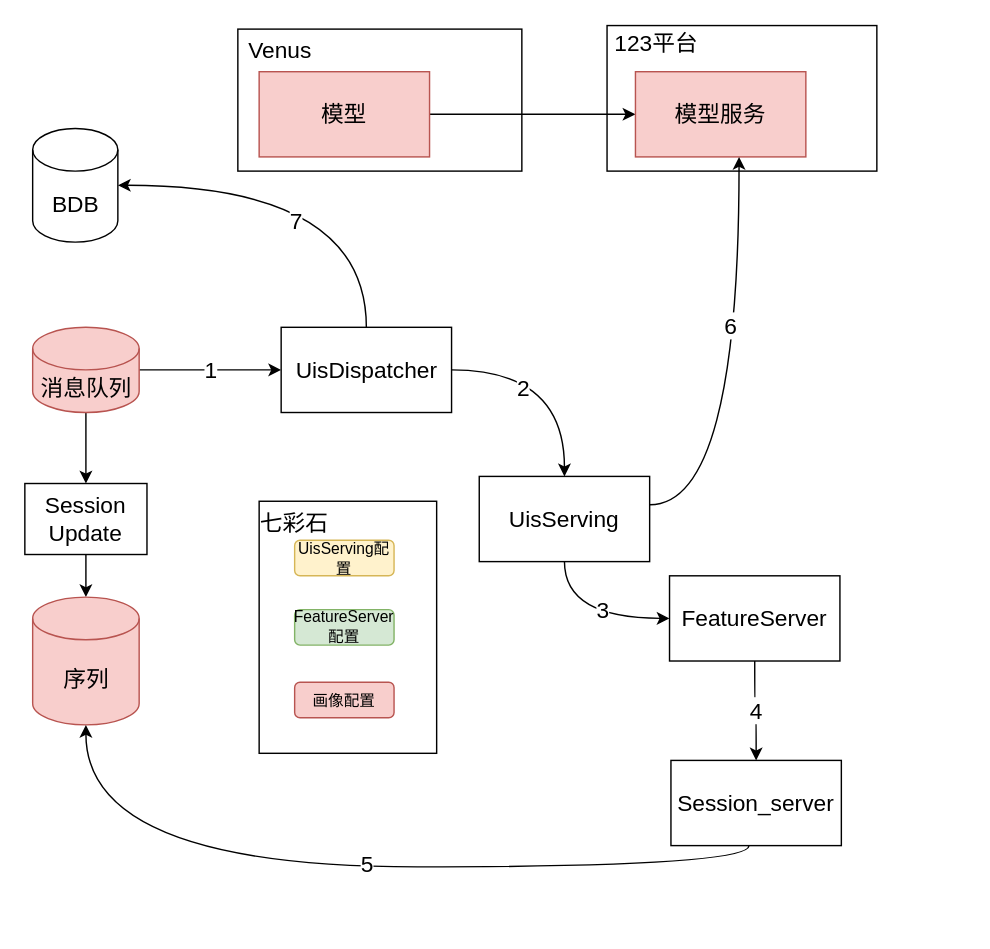
Earlier version of the draw.io diagram page "第 6 页" (6 of 9) of 未命名绘图.drawio (nullbull/uml). Source tidied: cells renumbered, new cells numbered last; positions are measured from the earlier drawing's top-left corner, leaving out a move shared by most shapes. Both pictures are drawn from the tidied source at 142%, with x=0, y=0 at pixel (24, 26).
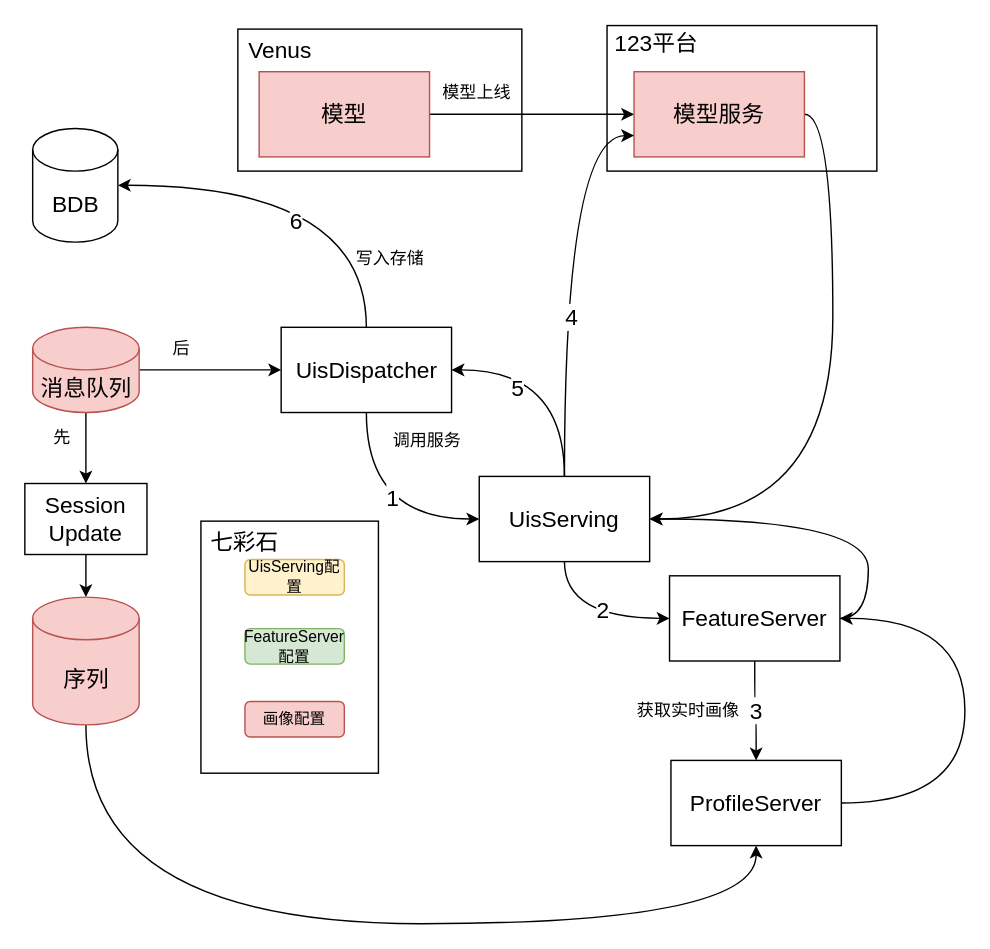
The same page after the edit.

Unchanged cells that the change refers to:
```xml
<mxCell id="9" style="edgeStyle=orthogonalEdgeStyle;curved=1;rounded=0;jettySize=auto;html=1;exitX=0.5;exitY=1;exitDx=0;exitDy=0;entryX=0;entryY=0.5;entryDx=0;entryDy=0;fontSize=16;" parent="1" edge="1" source="13" target="18">
  <mxGeometry relative="1" as="geometry" />
</mxCell>
<mxCell id="13" value="UisServing" style="rounded=0;whiteSpace=wrap;html=1;fontSize=16;" parent="1" vertex="1">
  <mxGeometry x="320" y="317" width="120" height="60" as="geometry" />
</mxCell>
<mxCell id="16" value="消息队列" style="shape=cylinder3;whiteSpace=wrap;html=1;boundedLbl=1;backgroundOutline=1;size=15;fillColor=#f8cecc;strokeColor=#b85450;fontSize=16;" parent="1" vertex="1">
  <mxGeometry x="5.5" y="212" width="75" height="60" as="geometry" />
</mxCell>
<mxCell id="18" value="FeatureServer" style="rounded=0;whiteSpace=wrap;html=1;fontSize=16;" parent="1" vertex="1">
  <mxGeometry x="454" y="387" width="120" height="60" as="geometry" />
</mxCell>
<mxCell id="21" style="edgeStyle=orthogonalEdgeStyle;curved=1;rounded=0;jettySize=auto;html=1;entryX=1;entryY=0.5;entryDx=0;entryDy=0;entryPerimeter=0;fontSize=16;" parent="1" edge="1" source="23" target="35">
  <mxGeometry relative="1" as="geometry">
    <Array as="points">
      <mxPoint x="241" y="112" />
    </Array>
  </mxGeometry>
</mxCell>
<mxCell id="23" value="UisDispatcher" style="rounded=0;whiteSpace=wrap;html=1;fontSize=16;" parent="1" vertex="1">
  <mxGeometry x="180.5" y="212" width="120" height="60" as="geometry" />
</mxCell>
<mxCell id="26" value="序列" style="shape=cylinder3;whiteSpace=wrap;html=1;boundedLbl=1;backgroundOutline=1;size=15;fillColor=#f8cecc;strokeColor=#b85450;fontSize=16;" parent="1" vertex="1">
  <mxGeometry x="5.5" y="402" width="75" height="90" as="geometry" />
</mxCell>
```

The edit, as a diff of the source:
```diff
@@
+    <mxCell id="36" style="edgeStyle=orthogonalEdgeStyle;curved=1;rounded=0;jettySize=auto;html=1;exitX=1;exitY=0.5;exitDx=0;exitDy=0;entryX=1;entryY=0.5;entryDx=0;entryDy=0;" parent="1" edge="1" source="6" target="13">
+      <mxGeometry relative="1" as="geometry" />
+    </mxCell>
     <mxCell id="6" value="模型服务" style="rounded=0;whiteSpace=wrap;html=1;fillColor=#f8cecc;strokeColor=#b85450;fontSize=16;" parent="1" vertex="1">
-      <mxGeometry x="430" y="32" width="120" height="60" as="geometry" />
+      <mxGeometry x="429" y="32" width="120" height="60" as="geometry" />
     </mxCell>
@@
-    <mxCell id="10" value="3" style="edgeLabel;html=1;align=center;verticalAlign=middle;fontSize=16;" parent="9" vertex="1">
+    <mxCell id="10" value="2" style="edgeLabel;html=1;align=center;verticalAlign=middle;fontSize=16;" parent="9" vertex="1">
       <mxGeometry x="0.16" y="7" relative="1" as="geometry" />
     </mxCell>
+    <mxCell id="37" style="edgeStyle=orthogonalEdgeStyle;curved=1;rounded=0;jettySize=auto;html=1;exitX=0.5;exitY=0;exitDx=0;exitDy=0;entryX=1;entryY=0.5;entryDx=0;entryDy=0;" parent="1" edge="1" source="13" target="23">
+      <mxGeometry relative="1" as="geometry" />
+    </mxCell>
+    <mxCell id="28" value="5" style="edgeLabel;html=1;align=center;verticalAlign=middle;fontSize=16;" parent="37" vertex="1">
+      <mxGeometry x="0.41" y="12" relative="1" as="geometry" />
+    </mxCell>
-    <mxCell id="11" style="edgeStyle=orthogonalEdgeStyle;curved=1;rounded=0;jettySize=auto;html=1;entryX=0.608;entryY=1;entryDx=0;entryDy=0;entryPerimeter=0;fontSize=16;" parent="1" edge="1" source="13" target="6">
-      <mxGeometry relative="1" as="geometry">
-        <Array as="points">
-          <mxPoint x="503" y="337" />
-        </Array>
-      </mxGeometry>
+    <mxCell id="11" style="edgeStyle=orthogonalEdgeStyle;curved=1;rounded=0;jettySize=auto;html=1;exitX=0.5;exitY=0;exitDx=0;exitDy=0;entryX=0;entryY=0.75;entryDx=0;entryDy=0;" parent="1" edge="1" source="13" target="6">
+      <mxGeometry relative="1" as="geometry" />
     </mxCell>
-    <mxCell id="12" value="6" style="edgeLabel;html=1;align=center;verticalAlign=middle;fontSize=16;" parent="11" vertex="1">
-      <mxGeometry x="-0.05" y="9" relative="1" as="geometry">
-        <mxPoint x="3" y="-44" as="offset" />
-      </mxGeometry>
-    </mxCell>
+    <mxCell id="38" value="4" style="edgeLabel;html=1;align=center;verticalAlign=middle;fontSize=16;" parent="11" vertex="1">
+      <mxGeometry x="-0.21" y="-4" relative="1" as="geometry">
+        <mxPoint y="1" as="offset" />
+      </mxGeometry>
+    </mxCell>
@@
-    <mxCell id="14" value="1" style="edgeStyle=orthogonalEdgeStyle;rounded=0;jettySize=auto;html=1;entryX=0;entryY=0.5;entryDx=0;entryDy=0;fontSize=16;" parent="1" edge="1" source="16" target="23">
-      <mxGeometry relative="1" as="geometry" />
-    </mxCell>
@@
+    <mxCell id="39" style="edgeStyle=orthogonalEdgeStyle;rounded=0;jettySize=auto;html=1;exitX=1;exitY=0.5;exitDx=0;exitDy=0;exitPerimeter=0;" parent="1" edge="1" source="16" target="23">
+      <mxGeometry relative="1" as="geometry" />
+    </mxCell>
@@
-    <mxCell id="17" value="4" style="edgeStyle=orthogonalEdgeStyle;curved=1;rounded=0;jettySize=auto;html=1;entryX=0.5;entryY=0;entryDx=0;entryDy=0;fontSize=16;" parent="1" edge="1" source="18" target="29">
+    <mxCell id="17" value="3" style="edgeStyle=orthogonalEdgeStyle;curved=1;rounded=0;jettySize=auto;html=1;entryX=0.5;entryY=0;entryDx=0;entryDy=0;fontSize=16;" parent="1" edge="1" source="18" target="29">
       <mxGeometry relative="1" as="geometry" />
     </mxCell>
+    <mxCell id="40" style="edgeStyle=orthogonalEdgeStyle;curved=1;rounded=0;jettySize=auto;html=1;exitX=1;exitY=0.5;exitDx=0;exitDy=0;entryX=1;entryY=0.5;entryDx=0;entryDy=0;" parent="1" edge="1" source="18" target="13">
+      <mxGeometry relative="1" as="geometry" />
+    </mxCell>
@@
-    <mxCell id="19" style="edgeStyle=orthogonalEdgeStyle;rounded=0;jettySize=auto;html=1;curved=1;fontSize=16;" parent="1" edge="1" source="23" target="13">
-      <mxGeometry relative="1" as="geometry" />
-    </mxCell>
-    <mxCell id="20" value="2" style="edgeLabel;html=1;align=center;verticalAlign=middle;fontSize=16;" parent="19" vertex="1">
-      <mxGeometry x="-0.44" y="-12" relative="1" as="geometry">
-        <mxPoint x="7" as="offset" />
-      </mxGeometry>
-    </mxCell>
@@
-    <mxCell id="22" value="7" style="edgeLabel;html=1;align=center;verticalAlign=middle;fontSize=16;" parent="21" vertex="1">
+    <mxCell id="22" value="6" style="edgeLabel;html=1;align=center;verticalAlign=middle;fontSize=16;" parent="21" vertex="1">
       <mxGeometry x="0.09" y="24" relative="1" as="geometry" />
     </mxCell>
+    <mxCell id="19" style="edgeStyle=orthogonalEdgeStyle;curved=1;rounded=0;jettySize=auto;html=1;exitX=0.5;exitY=1;exitDx=0;exitDy=0;entryX=0;entryY=0.5;entryDx=0;entryDy=0;" parent="1" edge="1" source="23" target="13">
+      <mxGeometry relative="1" as="geometry" />
+    </mxCell>
+    <mxCell id="14" value="&lt;font style=&quot;font-size: 16px&quot;&gt;1&lt;/font&gt;" style="edgeLabel;html=1;align=center;verticalAlign=middle;" parent="19" vertex="1">
+      <mxGeometry x="0.4" y="10" relative="1" as="geometry">
+        <mxPoint x="-15" y="-6" as="offset" />
+      </mxGeometry>
+    </mxCell>
@@
+    <mxCell id="41" style="edgeStyle=orthogonalEdgeStyle;curved=1;rounded=0;jettySize=auto;html=1;exitX=0.5;exitY=1;exitDx=0;exitDy=0;exitPerimeter=0;entryX=0.5;entryY=1;entryDx=0;entryDy=0;fontSize=16;" parent="1" edge="1" source="26" target="29">
+      <mxGeometry relative="1" as="geometry">
+        <Array as="points">
+          <mxPoint x="43" y="632" />
+          <mxPoint x="515" y="632" />
+        </Array>
+      </mxGeometry>
+    </mxCell>
@@
-    <mxCell id="27" style="edgeStyle=orthogonalEdgeStyle;curved=1;rounded=0;jettySize=auto;html=1;entryX=0.5;entryY=1;entryDx=0;entryDy=0;entryPerimeter=0;fontSize=16;" parent="1" edge="1" source="29" target="26">
-      <mxGeometry relative="1" as="geometry">
-        <Array as="points">
-          <mxPoint x="510" y="592" />
-          <mxPoint x="43" y="592" />
-        </Array>
-      </mxGeometry>
-    </mxCell>
-    <mxCell id="28" value="5" style="edgeLabel;html=1;align=center;verticalAlign=middle;fontSize=16;" parent="27" vertex="1">
-      <mxGeometry x="-0.02" y="3" relative="1" as="geometry">
-        <mxPoint y="-6" as="offset" />
-      </mxGeometry>
-    </mxCell>
+    <mxCell id="42" style="edgeStyle=orthogonalEdgeStyle;curved=1;rounded=0;jettySize=auto;html=1;exitX=1;exitY=0.5;exitDx=0;exitDy=0;entryX=1;entryY=0.5;entryDx=0;entryDy=0;" parent="1" edge="1" source="29" target="18">
+      <mxGeometry relative="1" as="geometry">
+        <Array as="points">
+          <mxPoint x="662" y="547" />
+          <mxPoint x="662" y="417" />
+        </Array>
+      </mxGeometry>
+    </mxCell>
-    <mxCell id="29" value="Session_server" style="rounded=0;whiteSpace=wrap;html=1;fontSize=16;" parent="1" vertex="1">
+    <mxCell id="29" value="ProfileServer" style="rounded=0;whiteSpace=wrap;html=1;fontSize=16;" parent="1" vertex="1">
       <mxGeometry x="455" y="517" width="120" height="60" as="geometry" />
     </mxCell>
     <mxCell id="30" style="rounded=0;whiteSpace=wrap;html=1;fontSize=16;" parent="1" vertex="1">
-      <mxGeometry x="165" y="334.5" width="125" height="177.5" as="geometry" />
+      <mxGeometry x="124" y="348.5" width="125" height="177.5" as="geometry" />
     </mxCell>
     <mxCell id="31" value="画像配置" style="rounded=1;whiteSpace=wrap;html=1;fillColor=#f8cecc;strokeColor=#b85450;fontSize=11;" parent="1" vertex="1">
-      <mxGeometry x="190" y="462" width="70" height="25" as="geometry" />
+      <mxGeometry x="155" y="475.5" width="70" height="25" as="geometry" />
     </mxCell>
     <mxCell id="32" value="UisServing配置" style="rounded=1;whiteSpace=wrap;html=1;fillColor=#fff2cc;strokeColor=#d6b656;fontSize=11;" parent="1" vertex="1">
-      <mxGeometry x="190" y="362" width="70" height="25" as="geometry" />
+      <mxGeometry x="155" y="375.5" width="70" height="25" as="geometry" />
     </mxCell>
     <mxCell id="33" value="FeatureServer配置" style="rounded=1;whiteSpace=wrap;html=1;fillColor=#d5e8d4;strokeColor=#82b366;fontSize=11;" parent="1" vertex="1">
-      <mxGeometry x="190" y="410.8" width="70" height="25" as="geometry" />
+      <mxGeometry x="155" y="424.2" width="70" height="25" as="geometry" />
     </mxCell>
     <mxCell id="34" value="七彩石" style="text;html=1;strokeColor=none;fillColor=none;align=center;verticalAlign=middle;whiteSpace=wrap;rounded=0;fontSize=16;" parent="1" vertex="1">
-      <mxGeometry x="160" y="334.5" width="60" height="30" as="geometry" />
+      <mxGeometry x="125" y="348" width="60" height="30" as="geometry" />
     </mxCell>
@@
+    <mxCell id="43" value="先" style="text;html=1;align=center;verticalAlign=middle;strokeColor=none;fillColor=none;" parent="1" vertex="1">
+      <mxGeometry x="15" y="281" width="22" height="18" as="geometry" />
+    </mxCell>
+    <mxCell id="44" value="后" style="text;html=1;align=center;verticalAlign=middle;strokeColor=none;fillColor=none;" parent="1" vertex="1">
+      <mxGeometry x="99" y="218" width="22" height="18" as="geometry" />
+    </mxCell>
+    <mxCell id="45" value="写入存储" style="text;html=1;align=center;verticalAlign=middle;strokeColor=none;fillColor=none;" parent="1" vertex="1">
+      <mxGeometry x="228" y="155" width="58" height="18" as="geometry" />
+    </mxCell>
+    <mxCell id="46" value="调用服务" style="text;html=1;align=center;verticalAlign=middle;strokeColor=none;fillColor=none;" parent="1" vertex="1">
+      <mxGeometry x="254" y="283" width="58" height="18" as="geometry" />
+    </mxCell>
+    <mxCell id="47" value="获取实时画像" style="text;html=1;align=center;verticalAlign=middle;strokeColor=none;fillColor=none;" parent="1" vertex="1">
+      <mxGeometry x="426" y="473" width="82" height="18" as="geometry" />
+    </mxCell>
+    <mxCell id="48" value="模型上线" style="text;html=1;align=center;verticalAlign=middle;strokeColor=none;fillColor=none;" parent="1" vertex="1">
+      <mxGeometry x="289" y="38" width="58" height="18" as="geometry" />
+    </mxCell>
```
